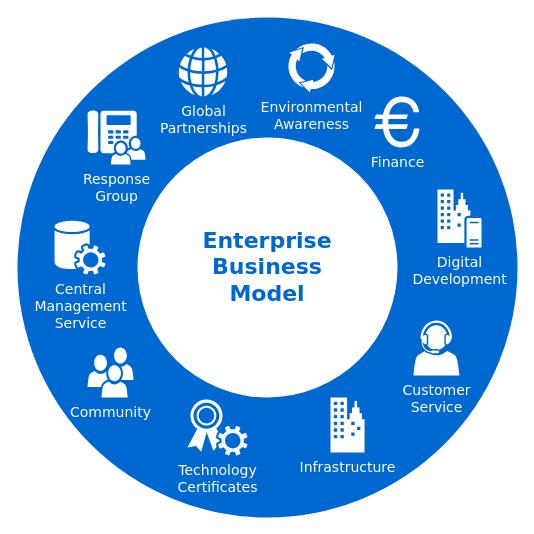
Above: Diagramme sans nom.drawio in damienbelveze/biniou (draw.io), before the change. Source tidied: cells renumbered, new cells numbered last; positions are measured from the earlier drawing's top-left corner, leaving out a move shared by most shapes. Both pictures are drawn from the tidied source at 100%, with x=0, y=0 at pixel (17, 17).
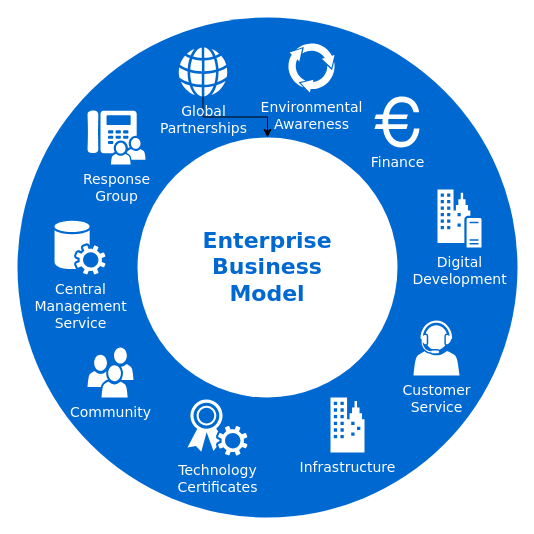
Above is the later version.

Diff of the diagram source:
```diff
@@
 <mxGraphModel>
   <root>
     <mxCell id="0" />
     <mxCell id="1" parent="0" />
     <mxCell id="2" style="ellipse;whiteSpace=wrap;html=1;rounded=0;shadow=0;comic=0;strokeWidth=1;fontFamily=Verdana;fontSize=14;strokeColor=none;fillColor=#0069D1;" parent="1" vertex="1">
       <mxGeometry width="500" height="500" as="geometry" />
     </mxCell>
     <mxCell id="3" value="Enterprise&lt;div&gt;Business&lt;/div&gt;&lt;div&gt;Model&lt;/div&gt;" style="ellipse;whiteSpace=wrap;html=1;rounded=0;shadow=0;comic=0;strokeWidth=1;fontFamily=Verdana;fontSize=22;strokeColor=none;fillColor=#ffffff;fontColor=#0069D1;fontStyle=1;" parent="1" vertex="1">
       <mxGeometry x="120" y="120" width="260" height="260" as="geometry" />
     </mxCell>
     <mxCell id="4" value="Community" style="shadow=0;dashed=0;html=1;strokeColor=none;fillColor=#ffffff;labelPosition=center;verticalLabelPosition=bottom;verticalAlign=top;shape=mxgraph.office.users.users;rounded=0;comic=0;fontFamily=Verdana;fontSize=14;fontColor=#FFFFFF;" parent="1" vertex="1">
       <mxGeometry x="70" y="330" width="46" height="50" as="geometry" />
     </mxCell>
     <mxCell id="5" value="Customer&lt;div&gt;Service&lt;/div&gt;" style="shadow=0;dashed=0;html=1;strokeColor=none;fillColor=#ffffff;labelPosition=center;verticalLabelPosition=bottom;verticalAlign=top;shape=mxgraph.office.users.call_center_agent;rounded=0;comic=0;fontFamily=Verdana;fontSize=14;fontColor=#FFFFFF;" parent="1" vertex="1">
       <mxGeometry x="396" y="303" width="46" height="55" as="geometry" />
     </mxCell>
     <mxCell id="6" value="Response&lt;div&gt;Group&lt;/div&gt;" style="shadow=0;dashed=0;html=1;strokeColor=none;fillColor=#ffffff;labelPosition=center;verticalLabelPosition=bottom;verticalAlign=top;shape=mxgraph.office.users.response_group;rounded=0;comic=0;fontFamily=Verdana;fontSize=14;fontColor=#FFFFFF;" parent="1" vertex="1">
       <mxGeometry x="70" y="93" width="58" height="54" as="geometry" />
     </mxCell>
     <mxCell id="7" value="Central&lt;div&gt;Management&lt;/div&gt;&lt;div&gt;Service&lt;/div&gt;" style="shadow=0;dashed=0;html=1;strokeColor=none;fillColor=#ffffff;labelPosition=center;verticalLabelPosition=bottom;verticalAlign=top;shape=mxgraph.office.services.central_management_service;rounded=0;comic=0;fontFamily=Verdana;fontSize=14;fontColor=#FFFFFF;" parent="1" vertex="1">
       <mxGeometry x="37" y="203" width="51" height="54" as="geometry" />
     </mxCell>
     <mxCell id="8" value="Digital&lt;div&gt;Development&lt;/div&gt;" style="shadow=0;dashed=0;html=1;strokeColor=none;fillColor=#ffffff;labelPosition=center;verticalLabelPosition=bottom;verticalAlign=top;shape=mxgraph.office.servers.on_premises_server;rounded=0;comic=0;fontFamily=Verdana;fontSize=14;fontColor=#FFFFFF;" parent="1" vertex="1">
       <mxGeometry x="420" y="172" width="44" height="58" as="geometry" />
     </mxCell>
     <mxCell id="9" value="Technology&lt;div&gt;Certificates&lt;/div&gt;" style="shadow=0;dashed=0;html=1;strokeColor=none;fillColor=#ffffff;labelPosition=center;verticalLabelPosition=bottom;verticalAlign=top;shape=mxgraph.office.security.token_service;rounded=0;comic=0;fontFamily=Verdana;fontSize=14;fontColor=#FFFFFF;" parent="1" vertex="1">
       <mxGeometry x="170" y="382" width="60" height="56" as="geometry" />
     </mxCell>
     <mxCell id="10" value="Infrastructure" style="shadow=0;dashed=0;html=1;strokeColor=none;fillColor=#ffffff;labelPosition=center;verticalLabelPosition=bottom;verticalAlign=top;shape=mxgraph.office.concepts.on_premises;rounded=0;comic=0;fontFamily=Verdana;fontSize=14;fontColor=#FFFFFF;" parent="1" vertex="1">
       <mxGeometry x="313" y="380" width="34" height="55" as="geometry" />
     </mxCell>
+    <mxCell id="14" style="edgeStyle=orthogonalEdgeStyle;rounded=0;jettySize=auto;html=1;" parent="1" edge="1" source="11" target="3">
+      <mxGeometry relative="1" as="geometry" />
+    </mxCell>
     <mxCell id="11" value="Global&lt;div&gt;Partnerships&lt;/div&gt;" style="shadow=0;dashed=0;html=1;strokeColor=none;fillColor=#ffffff;labelPosition=center;verticalLabelPosition=bottom;verticalAlign=top;shape=mxgraph.office.concepts.globe_internet;rounded=0;comic=0;fontFamily=Verdana;fontSize=14;fontColor=#FFFFFF;" parent="1" vertex="1">
       <mxGeometry x="161" y="30" width="49" height="49" as="geometry" />
     </mxCell>
     <mxCell id="12" value="Environmental&lt;div&gt;Awareness&lt;/div&gt;" style="shadow=0;dashed=0;html=1;strokeColor=none;shape=mxgraph.mscae.general.continuous_cycle;fillColor=#ffffff;rounded=0;comic=0;fontFamily=Verdana;fontSize=14;fontColor=#FFFFFF;verticalAlign=top;labelPosition=center;verticalLabelPosition=bottom;align=center;" parent="1" vertex="1">
       <mxGeometry x="270" y="25" width="48" height="50" as="geometry" />
     </mxCell>
     <mxCell id="13" value="Finance" style="shape=mxgraph.signs.travel.euro;html=1;fillColor=#ffffff;strokeColor=none;verticalLabelPosition=bottom;verticalAlign=top;align=center;rounded=0;shadow=0;dashed=0;comic=0;fontFamily=Verdana;fontSize=14;fontColor=#FFFFFF;" parent="1" vertex="1">
       <mxGeometry x="357" y="79" width="45" height="51" as="geometry" />
     </mxCell>
   </root>
 </mxGraphModel>
```
